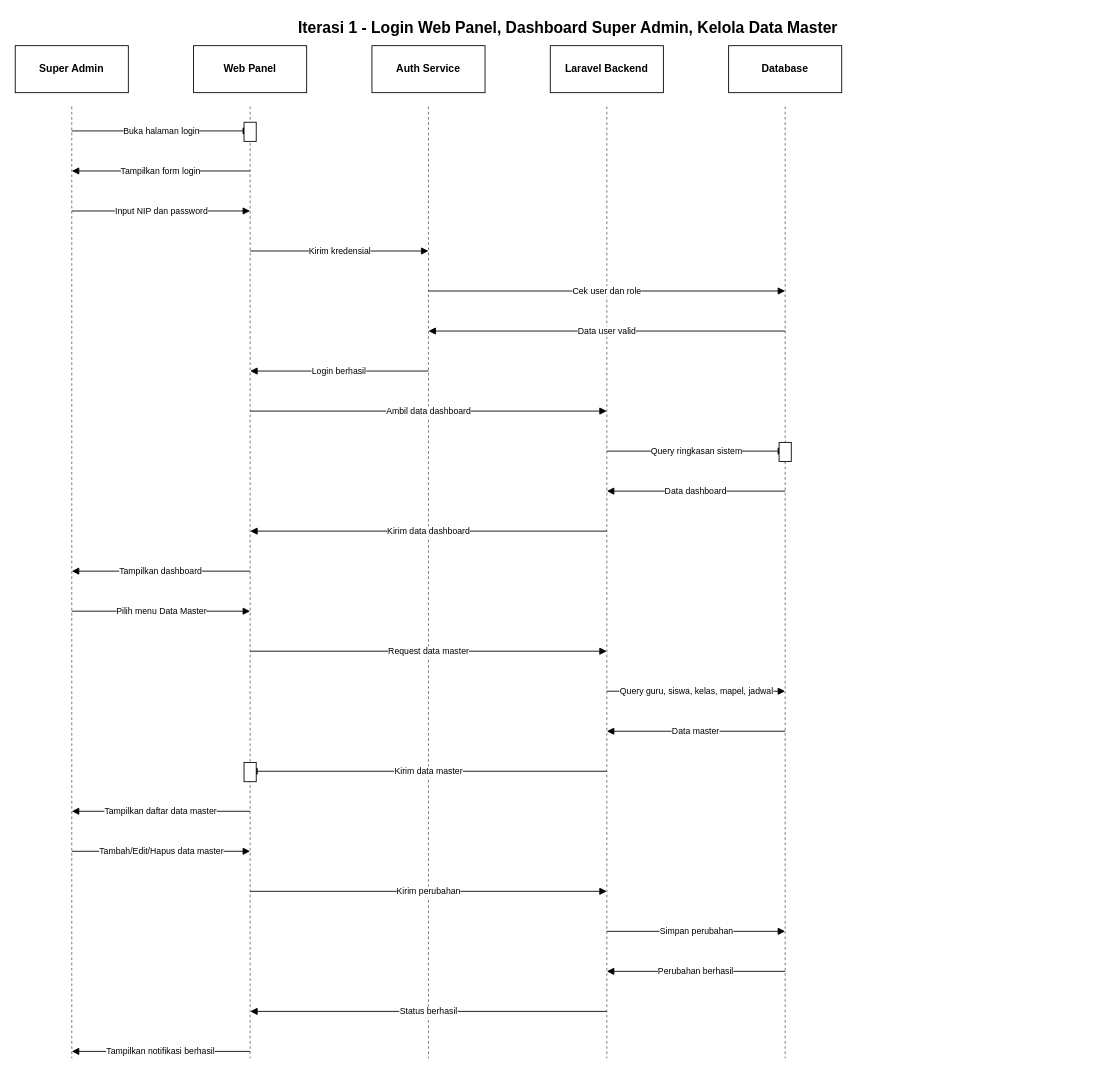
Earlier version of the draw.io diagram docs/sequence-diagram-iterasi-1-login-dashboard-data-master.drawio (Varhanfiqih/sim-panla-fe). Source tidied: cells renumbered, new cells numbered last; positions are measured from the earlier drawing's top-left corner, leaving out a move shared by most shapes. Both pictures are drawn from the tidied source at 87%, with x=0, y=0 at pixel (15, 15).
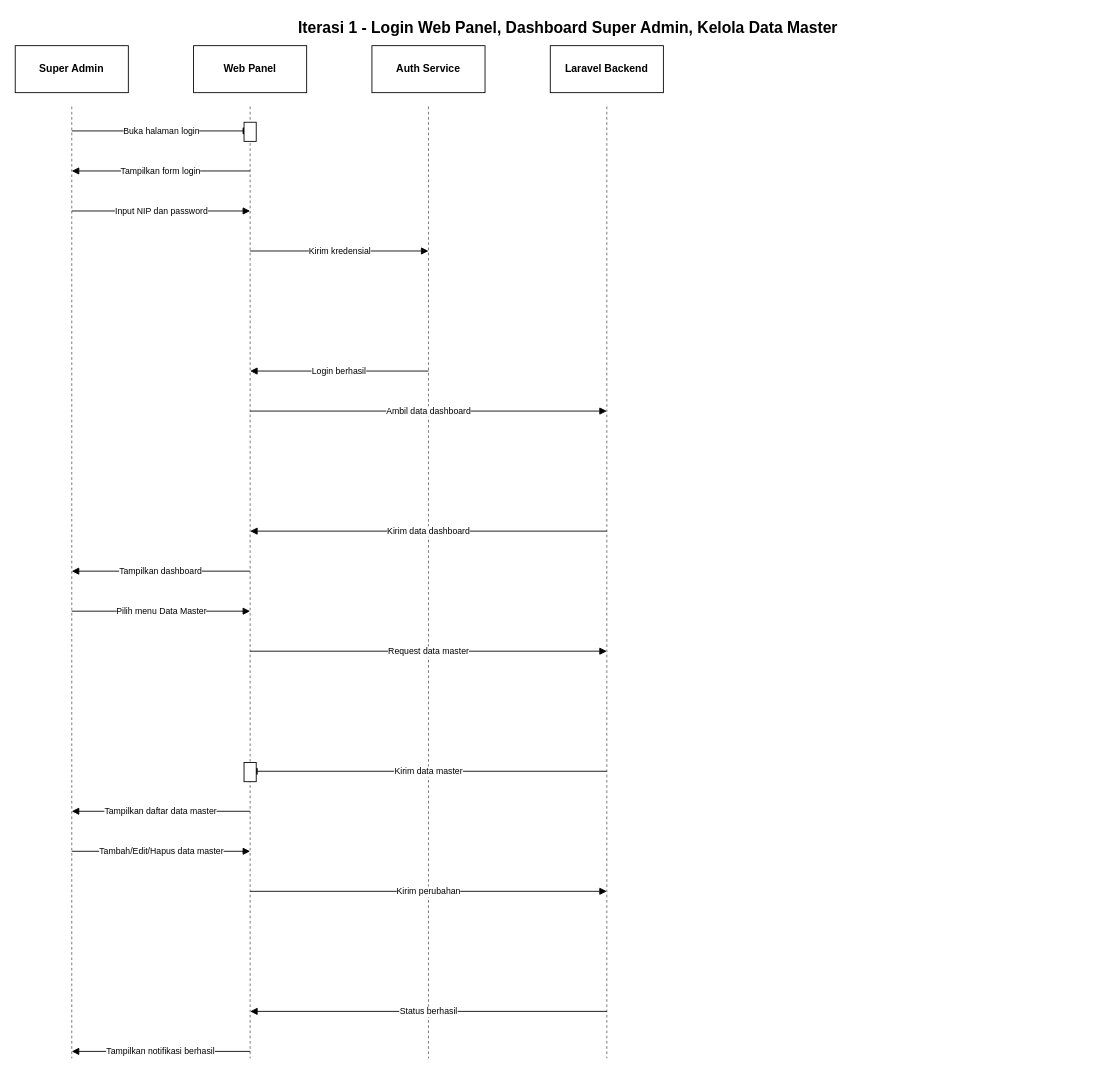
The same page after the edit.

Diff of the diagram source:
```diff
@@
-    <mxCell id="11" value="Database" style="rounded=0;whiteSpace=wrap;html=1;fillColor=#ffffff;strokeColor=#000000;fontStyle=1;align=center;verticalAlign=middle;" parent="1" vertex="1">
-      <mxGeometry x="820" y="35" width="130" height="54" as="geometry" />
-    </mxCell>
-    <mxCell id="12" style="endArrow=none;dashed=1;html=1;rounded=0;strokeColor=#666666;" parent="1" edge="1">
-      <mxGeometry relative="1" as="geometry">
-        <mxPoint x="885" y="105" as="sourcePoint" />
-        <mxPoint x="885" y="1199" as="targetPoint" />
-      </mxGeometry>
-    </mxCell>
@@
-    <mxCell id="18" value="Cek user dan role" style="endArrow=block;html=1;rounded=0;strokeColor=#000000;fontSize=10;labelBackgroundColor=#ffffff;" parent="1" edge="1">
-      <mxGeometry relative="1" as="geometry">
-        <mxPoint x="475" y="317" as="sourcePoint" />
-        <mxPoint x="885" y="317" as="targetPoint" />
-      </mxGeometry>
-    </mxCell>
-    <mxCell id="19" value="Data user valid" style="endArrow=block;html=1;rounded=0;strokeColor=#000000;fontSize=10;labelBackgroundColor=#ffffff;" parent="1" edge="1">
-      <mxGeometry relative="1" as="geometry">
-        <mxPoint x="885" y="363" as="sourcePoint" />
-        <mxPoint x="475" y="363" as="targetPoint" />
-      </mxGeometry>
-    </mxCell>
@@
-    <mxCell id="22" value="Query ringkasan sistem" style="endArrow=block;html=1;rounded=0;strokeColor=#000000;fontSize=10;labelBackgroundColor=#ffffff;" parent="1" edge="1">
-      <mxGeometry relative="1" as="geometry">
-        <mxPoint x="680" y="501" as="sourcePoint" />
-        <mxPoint x="885" y="501" as="targetPoint" />
-      </mxGeometry>
-    </mxCell>
-    <mxCell id="23" style="rounded=0;whiteSpace=wrap;html=1;fillColor=#ffffff;strokeColor=#000000;" parent="1" vertex="1">
-      <mxGeometry x="878" y="491" width="14" height="22" as="geometry" />
-    </mxCell>
-    <mxCell id="24" value="Data dashboard" style="endArrow=block;html=1;rounded=0;strokeColor=#000000;fontSize=10;labelBackgroundColor=#ffffff;" parent="1" edge="1">
-      <mxGeometry relative="1" as="geometry">
-        <mxPoint x="885" y="547" as="sourcePoint" />
-        <mxPoint x="680" y="547" as="targetPoint" />
-      </mxGeometry>
-    </mxCell>
@@
-    <mxCell id="29" value="Query guru, siswa, kelas, mapel, jadwal" style="endArrow=block;html=1;rounded=0;strokeColor=#000000;fontSize=10;labelBackgroundColor=#ffffff;" parent="1" edge="1">
-      <mxGeometry relative="1" as="geometry">
-        <mxPoint x="680" y="777" as="sourcePoint" />
-        <mxPoint x="885" y="777" as="targetPoint" />
-      </mxGeometry>
-    </mxCell>
-    <mxCell id="30" value="Data master" style="endArrow=block;html=1;rounded=0;strokeColor=#000000;fontSize=10;labelBackgroundColor=#ffffff;" parent="1" edge="1">
-      <mxGeometry relative="1" as="geometry">
-        <mxPoint x="885" y="823" as="sourcePoint" />
-        <mxPoint x="680" y="823" as="targetPoint" />
-      </mxGeometry>
-    </mxCell>
@@
-    <mxCell id="36" value="Simpan perubahan" style="endArrow=block;html=1;rounded=0;strokeColor=#000000;fontSize=10;labelBackgroundColor=#ffffff;" parent="1" edge="1">
-      <mxGeometry relative="1" as="geometry">
-        <mxPoint x="680" y="1053" as="sourcePoint" />
-        <mxPoint x="885" y="1053" as="targetPoint" />
-      </mxGeometry>
-    </mxCell>
-    <mxCell id="37" value="Perubahan berhasil" style="endArrow=block;html=1;rounded=0;strokeColor=#000000;fontSize=10;labelBackgroundColor=#ffffff;" parent="1" edge="1">
-      <mxGeometry relative="1" as="geometry">
-        <mxPoint x="885" y="1099" as="sourcePoint" />
-        <mxPoint x="680" y="1099" as="targetPoint" />
-      </mxGeometry>
-    </mxCell>
```
